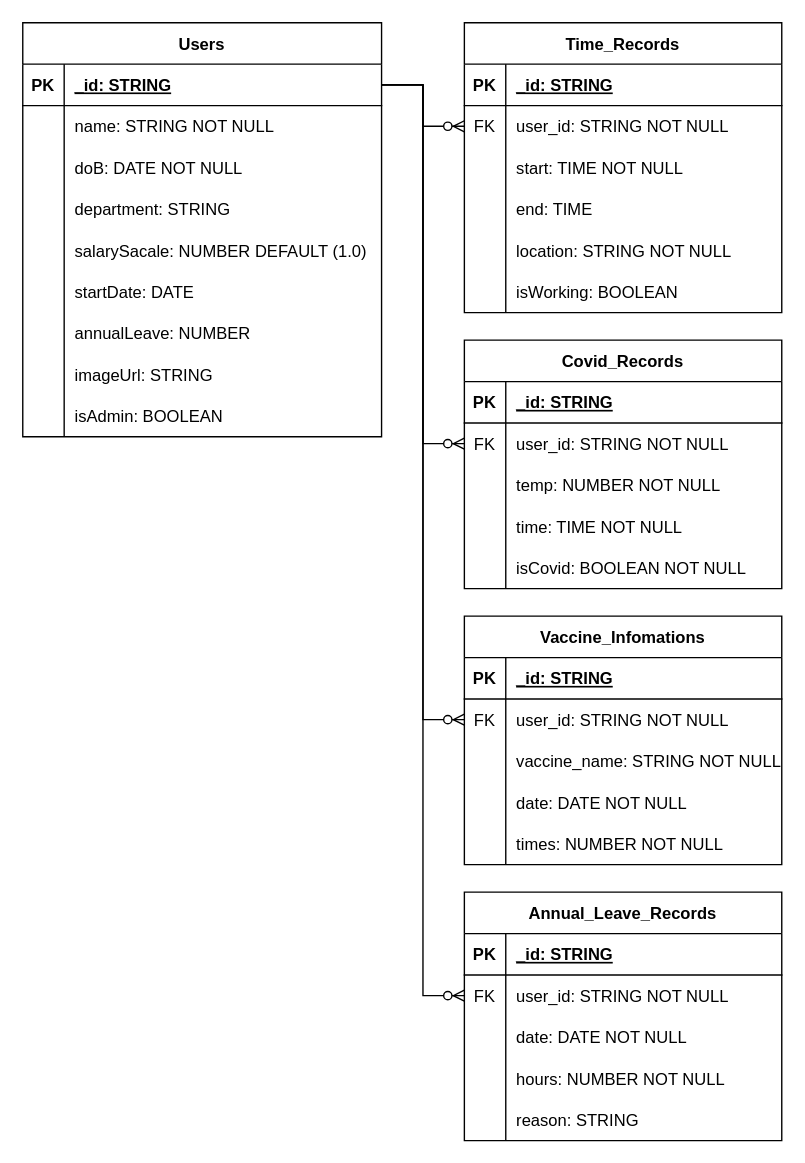
Earlier version of the draw.io diagram Untitled Diagram.drawio (shineofichi/StaffsManager). Source tidied: cells renumbered, new cells numbered last; positions are measured from the earlier drawing's top-left corner, leaving out a move shared by most shapes. Both pictures are drawn from the tidied source at 138%, with x=0, y=0 at pixel (22, 22).
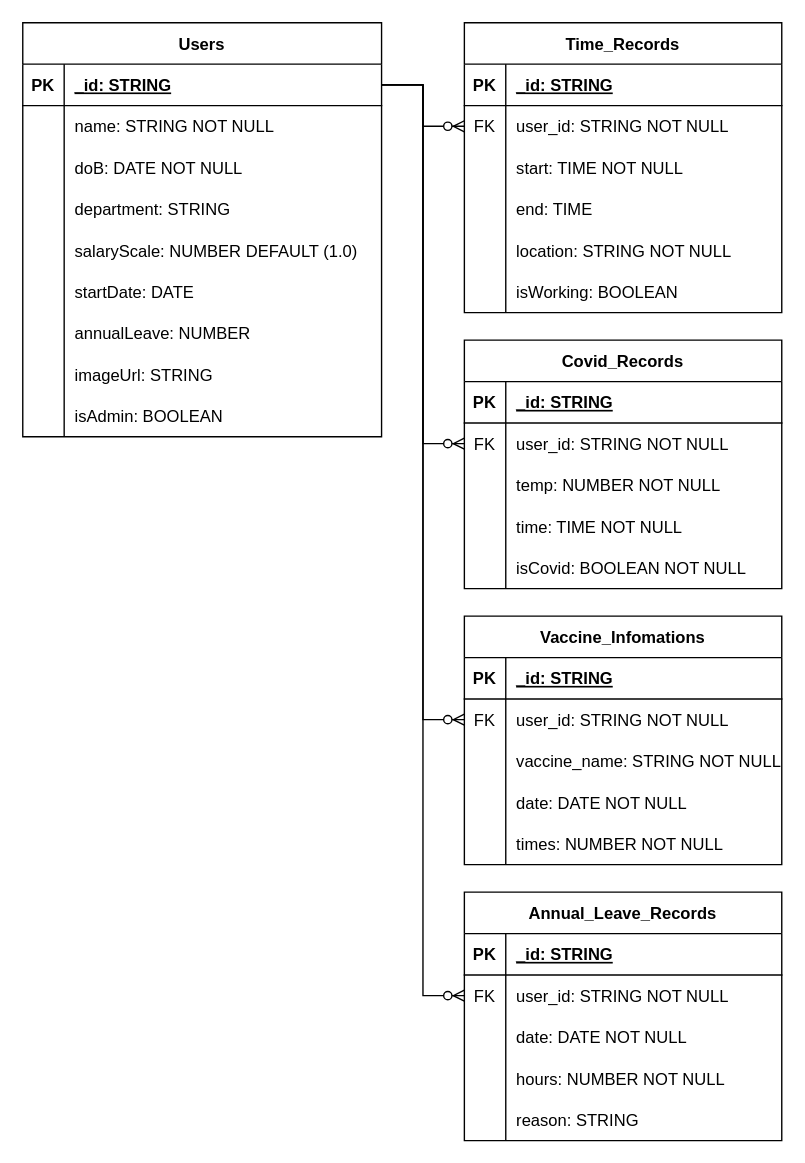
The same page after the edit.

The change refers to these unchanged cells:
```xml
<mxCell id="15" style="shape=tableRow;horizontal=0;startSize=0;swimlaneHead=0;swimlaneBody=0;fillColor=none;top=0;left=0;right=0;bottom=0;" parent="2" vertex="1">
  <mxGeometry y="150" width="260" height="30" as="geometry" />
</mxCell>
```

Diff of the diagram source:
```diff
@@
-    <mxCell id="17" value="salarySacale: NUMBER DEFAULT (1.0)" style="shape=partialRectangle;fillColor=none;top=0;left=0;bottom=0;right=0;align=left;spacingLeft=6;overflow=hidden;" parent="15" vertex="1">
+    <mxCell id="17" value="salaryScale: NUMBER DEFAULT (1.0)" style="shape=partialRectangle;fillColor=none;top=0;left=0;bottom=0;right=0;align=left;spacingLeft=6;overflow=hidden;" parent="15" vertex="1">
       <mxGeometry x="30" width="230" height="30" as="geometry" />
     </mxCell>
```
